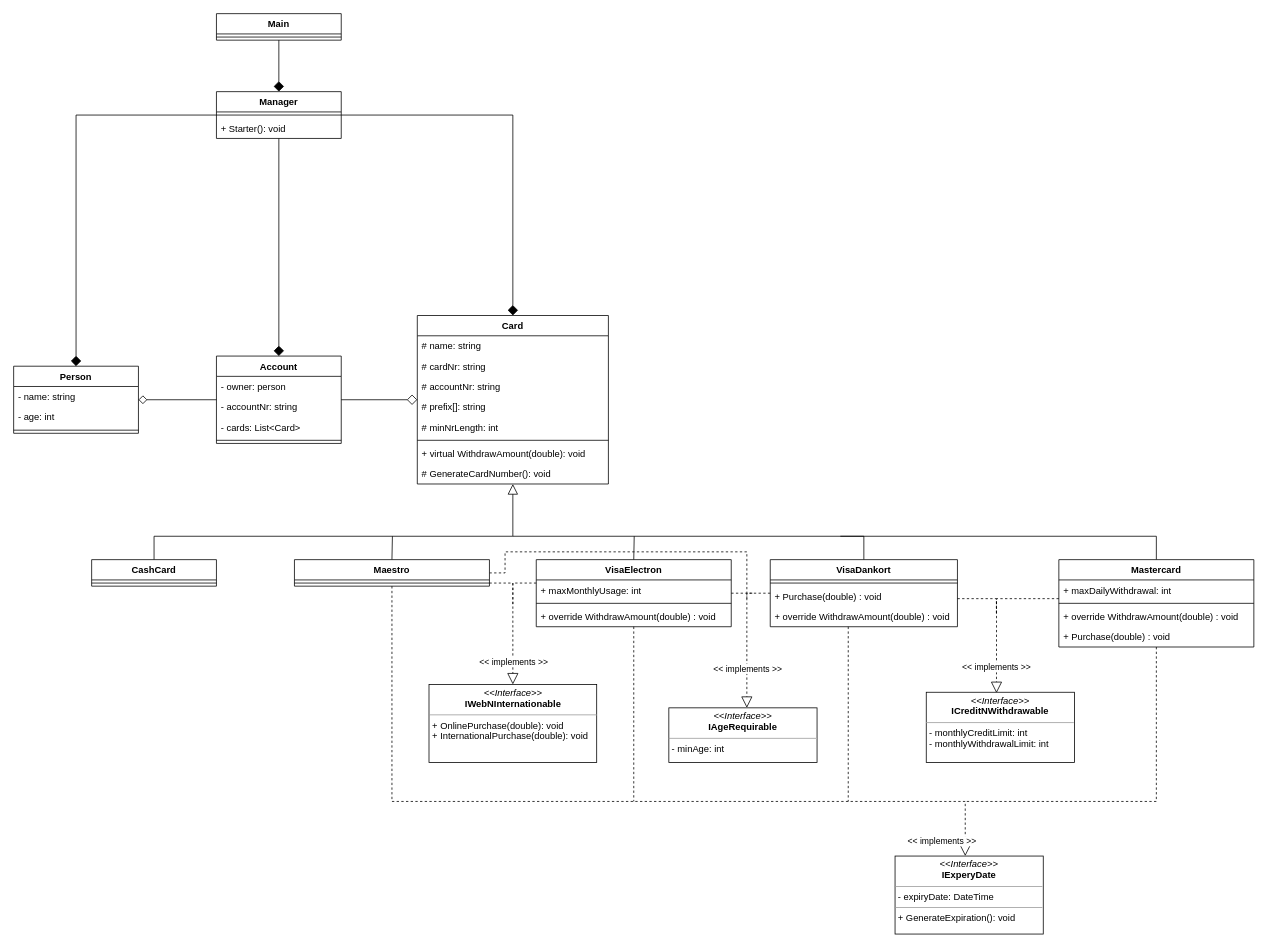
This is ConsoleApp_MyBanker/documentation/MyBankerDiagram.drawio from Kevin-Borup/SOLID, a draw.io file, before an edit. Source tidied: cells renumbered, new cells numbered last; positions are measured from the earlier drawing's top-left corner, leaving out a move shared by most shapes. Both pictures are drawn from the tidied source at 78%, with x=0, y=0 at pixel (13, 13).
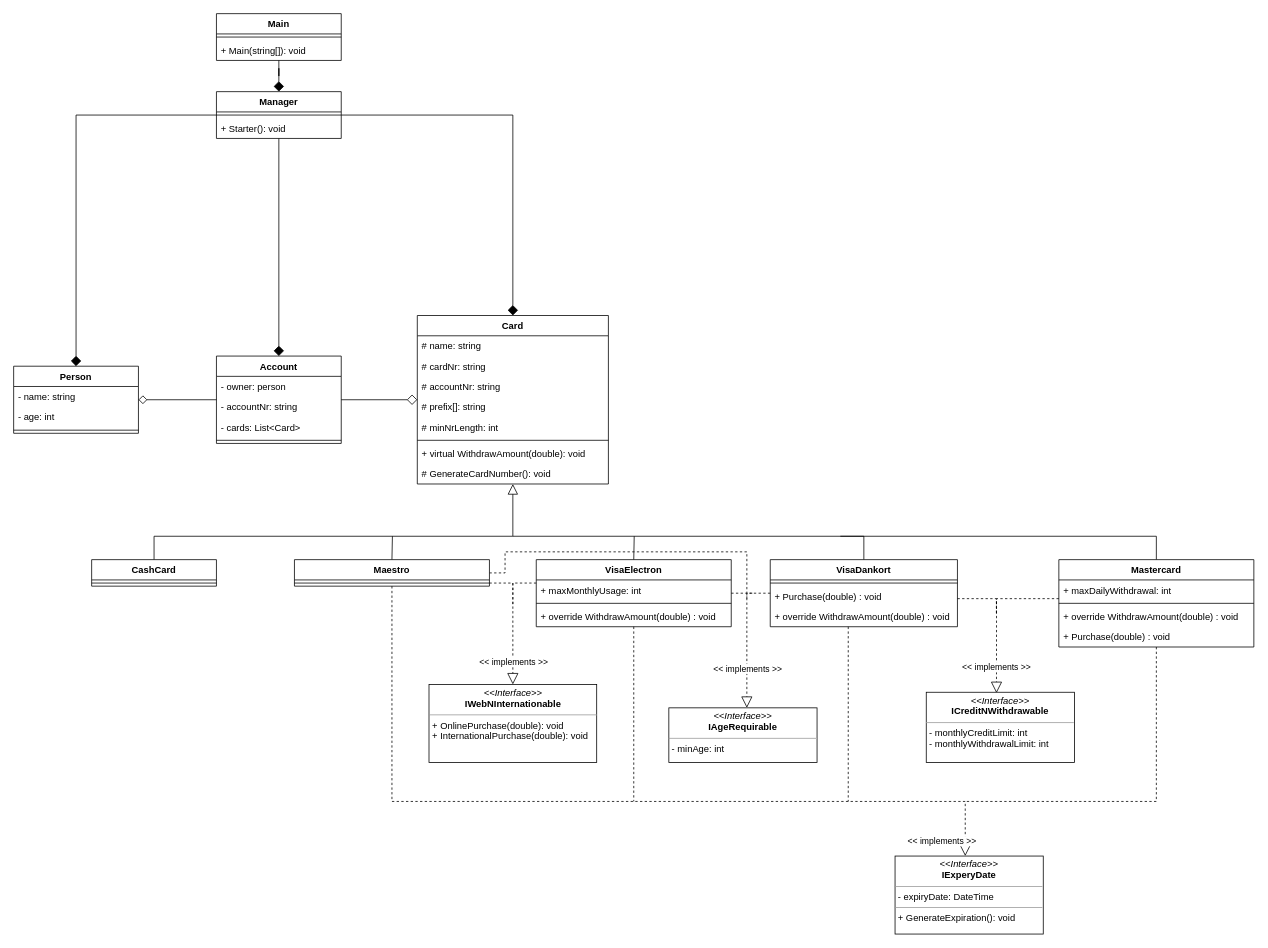
The same diagram, later.

Diff of the diagram source:
```diff
@@
     <mxCell id="60" value="Main" style="swimlane;fontStyle=1;align=center;verticalAlign=top;horizontal=1;startSize=26;" parent="1" vertex="1">
-      <mxGeometry x="260" width="160" height="34" as="geometry" />
+      <mxGeometry x="260" width="160" height="60" as="geometry" />
     </mxCell>
@@
+    <mxCell id="72" value="+ Main(string[]): void" style="text;strokeColor=none;fillColor=none;align=left;verticalAlign=top;spacingLeft=4;spacingRight=4;overflow=hidden;" parent="60" vertex="1">
+      <mxGeometry y="34" width="160" height="26" as="geometry" />
+    </mxCell>
```
